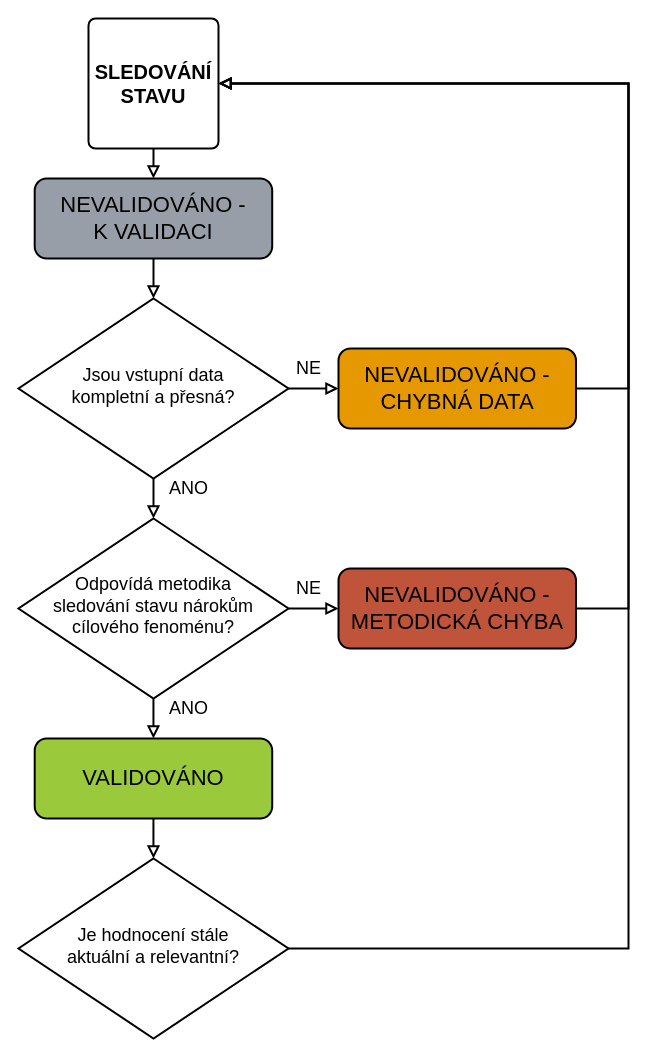
Above: Diagrams/hodnoceni_validace.drawio in BiodivMonCZ/host_naturecz (draw.io), before the change. Source tidied: cells renumbered, new cells numbered last; positions are measured from the earlier drawing's top-left corner, leaving out a move shared by most shapes. Both pictures are drawn from the tidied source at 100%, with x=0, y=0 at pixel (18, 18).
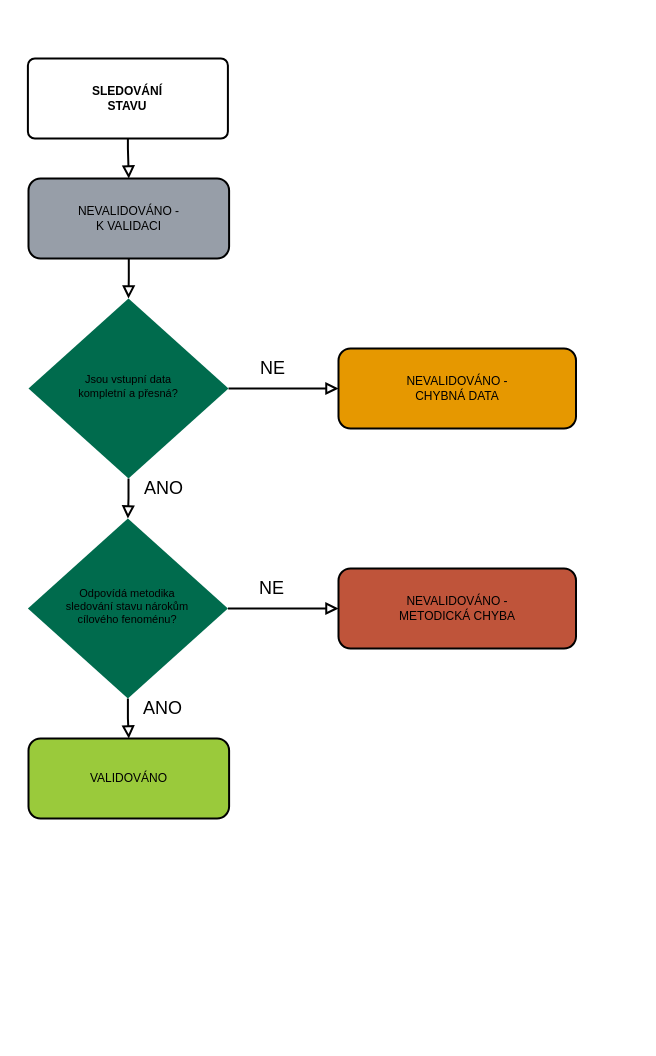
After the change.

Change to the diagram source:
```diff
@@
-    <mxCell id="3" value="&lt;font style=&quot;font-size: 22px;&quot;&gt;NEVALIDOVÁNO - &lt;br style=&quot;font-size: 22px;&quot;&gt;K VALIDACI&lt;/font&gt;" style="rounded=1;whiteSpace=wrap;html=1;fontSize=22;glass=0;strokeWidth=2;shadow=0;fontFamily=Helvetica;labelBackgroundColor=#979ea8;fillColor=#979ea8;" parent="1" vertex="1">
-      <mxGeometry x="16.2" y="160" width="237.5" height="80" as="geometry" />
+    <mxCell id="3" value="&lt;font&gt;NEVALIDOVÁNO - &lt;br&gt;K VALIDACI&lt;/font&gt;" style="rounded=1;whiteSpace=wrap;html=1;fontSize=12;glass=0;strokeWidth=2;shadow=0;fontFamily=Helvetica;labelBackgroundColor=#979ea8;fillColor=#979ea8;" parent="1" vertex="1">
+      <mxGeometry x="10" y="160" width="200.6" height="80" as="geometry" />
     </mxCell>
@@
-    <mxCell id="6" value="&lt;font style=&quot;font-size: 18px;&quot;&gt;Jsou vstupní data &lt;br style=&quot;font-size: 18px;&quot;&gt;kompletní a přesná?&lt;/font&gt;" style="rhombus;whiteSpace=wrap;html=1;shadow=0;fontFamily=Helvetica;fontSize=18;align=center;strokeWidth=2;spacing=6;spacingTop=-4;fillStyle=cross-hatch;" parent="1" vertex="1">
-      <mxGeometry y="280" width="270" height="180" as="geometry" />
+    <mxCell id="6" value="&lt;font&gt;Jsou vstupní data &lt;br&gt;kompletní a přesná?&lt;/font&gt;" style="rhombus;whiteSpace=wrap;html=1;shadow=0;fontFamily=Helvetica;fontSize=11;align=center;strokeWidth=2;spacing=6;spacingTop=-4;fillStyle=solid;strokeColor=none;fillColor=light-dark(#006B4D,#000000);" parent="1" vertex="1">
+      <mxGeometry x="10" y="280" width="200" height="180" as="geometry" />
     </mxCell>
@@
-    <mxCell id="9" value="&lt;font style=&quot;font-size: 18px;&quot;&gt;&lt;font style=&quot;font-size: 18px;&quot;&gt;Odpovídá metodika&lt;br style=&quot;border-color: var(--border-color); font-size: 18px;&quot;&gt;&lt;/font&gt;sledování stavu nárokům&lt;br style=&quot;font-size: 18px;&quot;&gt;cílového fenoménu?&lt;/font&gt;" style="rhombus;whiteSpace=wrap;html=1;shadow=0;fontFamily=Helvetica;fontSize=18;align=center;strokeWidth=2;spacing=6;spacingTop=-4;" parent="1" vertex="1">
-      <mxGeometry y="500" width="270" height="180" as="geometry" />
+    <mxCell id="9" value="&lt;font&gt;&lt;font&gt;Odpovídá metodika&lt;br style=&quot;border-color: var(--border-color);&quot;&gt;&lt;/font&gt;sledování stavu nárokům&lt;br&gt;cílového fenoménu?&lt;/font&gt;" style="rhombus;whiteSpace=wrap;html=1;shadow=0;fontFamily=Helvetica;fontSize=11;align=center;strokeWidth=2;spacing=6;spacingTop=-4;strokeColor=none;fillColor=light-dark(#006B4D,#000000);" parent="1" vertex="1">
+      <mxGeometry x="9.4" y="500" width="200" height="180" as="geometry" />
     </mxCell>
-    <mxCell id="10" value="&lt;font style=&quot;font-size: 22px;&quot;&gt;NEVALIDOVÁNO - &lt;br style=&quot;font-size: 22px;&quot;&gt;CHYBNÁ DATA&lt;br style=&quot;font-size: 22px;&quot;&gt;&lt;/font&gt;" style="rounded=1;whiteSpace=wrap;html=1;fontSize=22;glass=0;strokeWidth=2;shadow=0;fontFamily=Helvetica;labelBackgroundColor=#e69800;fillColor=#e69800;" parent="1" vertex="1">
+    <mxCell id="10" value="&lt;font&gt;NEVALIDOVÁNO - &lt;br&gt;CHYBNÁ DATA&lt;br&gt;&lt;/font&gt;" style="rounded=1;whiteSpace=wrap;html=1;fontSize=12;glass=0;strokeWidth=2;shadow=0;fontFamily=Helvetica;labelBackgroundColor=#e69800;fillColor=#e69800;" parent="1" vertex="1">
       <mxGeometry x="320" y="330" width="237.5" height="80" as="geometry" />
     </mxCell>
-    <mxCell id="11" value="&lt;font style=&quot;font-size: 22px;&quot;&gt;NEVALIDOVÁNO - &lt;br style=&quot;font-size: 22px;&quot;&gt;METODICKÁ CHYBA&lt;br style=&quot;font-size: 22px;&quot;&gt;&lt;/font&gt;" style="rounded=1;whiteSpace=wrap;html=1;fontSize=22;glass=0;strokeWidth=2;shadow=0;fontFamily=Helvetica;fillColor=#bf543a;" parent="1" vertex="1">
+    <mxCell id="11" value="&lt;font&gt;NEVALIDOVÁNO - &lt;br&gt;METODICKÁ CHYBA&lt;br&gt;&lt;/font&gt;" style="rounded=1;whiteSpace=wrap;html=1;fontSize=12;glass=0;strokeWidth=2;shadow=0;fontFamily=Helvetica;fillColor=#bf543a;" parent="1" vertex="1">
       <mxGeometry x="320" y="550" width="237.5" height="80" as="geometry" />
     </mxCell>
-    <mxCell id="12" value="Je hodnocení stále&lt;br&gt;aktuální a relevantní?" style="rhombus;whiteSpace=wrap;html=1;shadow=0;fontFamily=Helvetica;fontSize=18;align=center;strokeWidth=2;spacing=6;spacingTop=-4;" parent="1" vertex="1">
-      <mxGeometry y="840" width="270" height="180" as="geometry" />
-    </mxCell>
-    <mxCell id="13" value="&lt;font style=&quot;font-size: 22px;&quot;&gt;VALIDOVÁNO&lt;br style=&quot;font-size: 22px;&quot;&gt;&lt;/font&gt;" style="rounded=1;whiteSpace=wrap;html=1;fontSize=22;glass=0;strokeWidth=2;shadow=0;fontFamily=Helvetica;labelBackgroundColor=#9aca3b;fillColor=#9aca3b;" parent="1" vertex="1">
-      <mxGeometry x="16.2" y="720" width="237.5" height="80" as="geometry" />
+    <mxCell id="13" value="&lt;font&gt;VALIDOVÁNO&lt;br&gt;&lt;/font&gt;" style="rounded=1;whiteSpace=wrap;html=1;fontSize=12;glass=0;strokeWidth=2;shadow=0;fontFamily=Helvetica;labelBackgroundColor=#9aca3b;fillColor=#9aca3b;" parent="1" vertex="1">
+      <mxGeometry x="10" y="720" width="200.6" height="80" as="geometry" />
     </mxCell>
-    <mxCell id="14" value="&lt;font style=&quot;font-size: 20px;&quot;&gt;SLEDOVÁNÍ&lt;br&gt;STAVU&lt;/font&gt;" style="rounded=1;whiteSpace=wrap;html=1;absoluteArcSize=1;arcSize=14;strokeWidth=2;labelBackgroundColor=default;fontStyle=1;" parent="1" vertex="1">
-      <mxGeometry x="70" width="130" height="130" as="geometry" />
+    <mxCell id="14" value="&lt;font&gt;SLEDOVÁNÍ&lt;br&gt;STAVU&lt;/font&gt;" style="rounded=1;whiteSpace=wrap;html=1;absoluteArcSize=1;arcSize=14;strokeWidth=2;labelBackgroundColor=default;fontStyle=1;fontSize=12;" parent="1" vertex="1">
+      <mxGeometry x="9.4" y="40" width="200" height="80" as="geometry" />
     </mxCell>
     <mxCell id="15" style="rounded=0;html=1;jettySize=auto;fontSize=18;endArrow=block;endFill=0;endSize=8;strokeWidth=2;shadow=0;labelBackgroundColor=none;edgeStyle=orthogonalEdgeStyle;fontFamily=Helvetica;exitX=0.5;exitY=1;exitDx=0;exitDy=0;entryX=0.5;entryY=0;entryDx=0;entryDy=0;" parent="1" edge="1" source="14" target="3">
       <mxGeometry relative="1" as="geometry">
         <Array as="points">
-          <mxPoint x="135" y="140" />
-          <mxPoint x="135" y="140" />
+          <mxPoint x="110" y="130" />
+          <mxPoint x="110" y="160" />
         </Array>
       </mxGeometry>
     </mxCell>
-    <mxCell id="16" style="rounded=0;html=1;jettySize=auto;fontSize=18;endArrow=block;endFill=0;endSize=8;strokeWidth=2;shadow=0;labelBackgroundColor=none;edgeStyle=orthogonalEdgeStyle;fontFamily=Helvetica;exitX=0.5;exitY=1;exitDx=0;exitDy=0;entryX=0.5;entryY=0;entryDx=0;entryDy=0;" parent="1" edge="1" source="13" target="12">
-      <mxGeometry relative="1" as="geometry" />
-    </mxCell>
-    <mxCell id="17" style="rounded=0;html=1;jettySize=auto;fontSize=18;endArrow=block;endFill=0;endSize=8;strokeWidth=2;shadow=0;labelBackgroundColor=none;edgeStyle=orthogonalEdgeStyle;fontFamily=Helvetica;exitX=1;exitY=0.5;exitDx=0;exitDy=0;entryX=1;entryY=0.5;entryDx=0;entryDy=0;" parent="1" edge="1" source="12" target="14">
-      <mxGeometry relative="1" as="geometry">
-        <Array as="points">
-          <mxPoint x="610" y="930" />
-          <mxPoint x="610" y="65" />
-        </Array>
-      </mxGeometry>
-    </mxCell>
-    <mxCell id="18" style="rounded=0;html=1;jettySize=auto;fontSize=18;endArrow=block;endFill=0;endSize=8;strokeWidth=2;shadow=0;labelBackgroundColor=none;edgeStyle=orthogonalEdgeStyle;fontFamily=Helvetica;exitX=1;exitY=0.5;exitDx=0;exitDy=0;entryX=1;entryY=0.5;entryDx=0;entryDy=0;" parent="1" edge="1" source="11" target="14">
-      <mxGeometry relative="1" as="geometry">
-        <Array as="points">
-          <mxPoint x="610" y="590" />
-          <mxPoint x="610" y="65" />
-        </Array>
-      </mxGeometry>
-    </mxCell>
-    <mxCell id="19" style="rounded=0;html=1;jettySize=auto;fontSize=18;endArrow=block;endFill=0;endSize=8;strokeWidth=2;shadow=0;labelBackgroundColor=none;edgeStyle=orthogonalEdgeStyle;fontFamily=Helvetica;exitX=1;exitY=0.5;exitDx=0;exitDy=0;entryX=1;entryY=0.5;entryDx=0;entryDy=0;" parent="1" edge="1" source="10" target="14">
-      <mxGeometry relative="1" as="geometry">
-        <Array as="points">
-          <mxPoint x="610" y="370" />
-          <mxPoint x="610" y="65" />
-        </Array>
-      </mxGeometry>
-    </mxCell>
```
